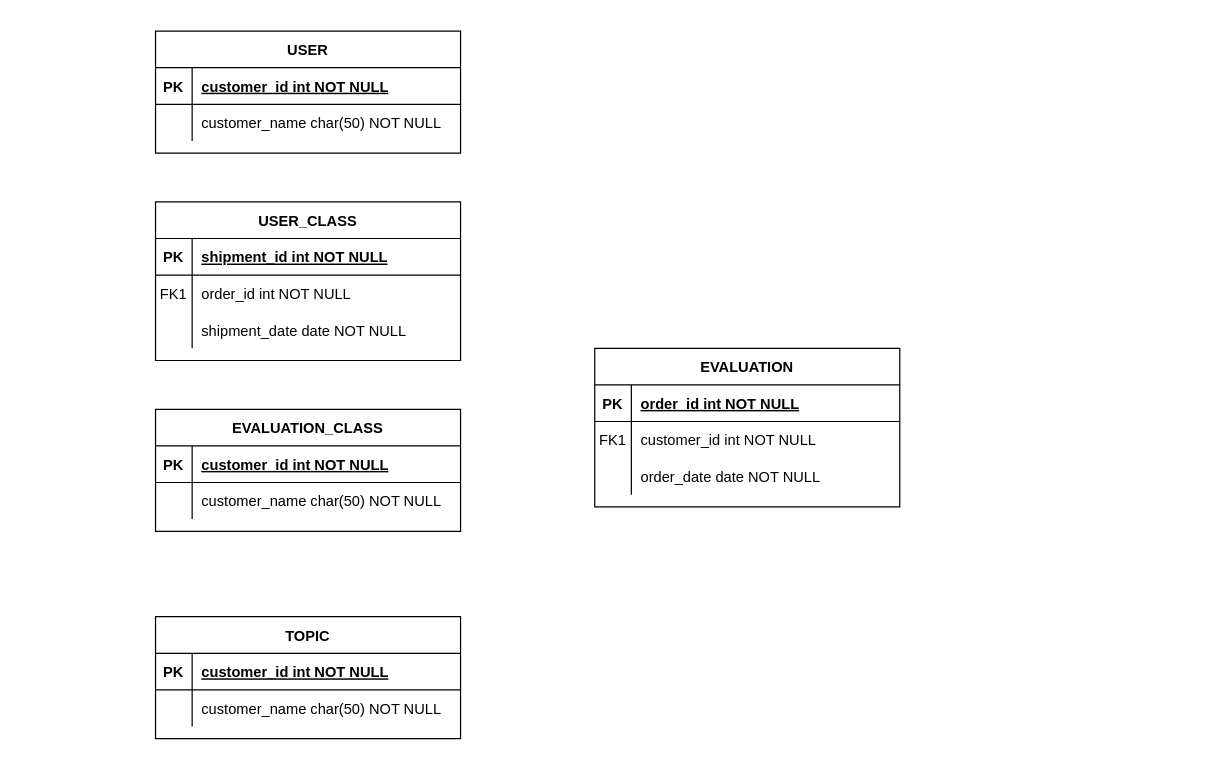
The draw.io diagram Documentation/Diagrams/evaluationAppDBERD.drawio in Harlento/quizApp, before the edit. Source tidied: cells renumbered, new cells numbered last; positions are measured from the earlier drawing's top-left corner, leaving out a move shared by most shapes. Both pictures are drawn from the tidied source at 122%, with x=0, y=0 at pixel (155, 30).
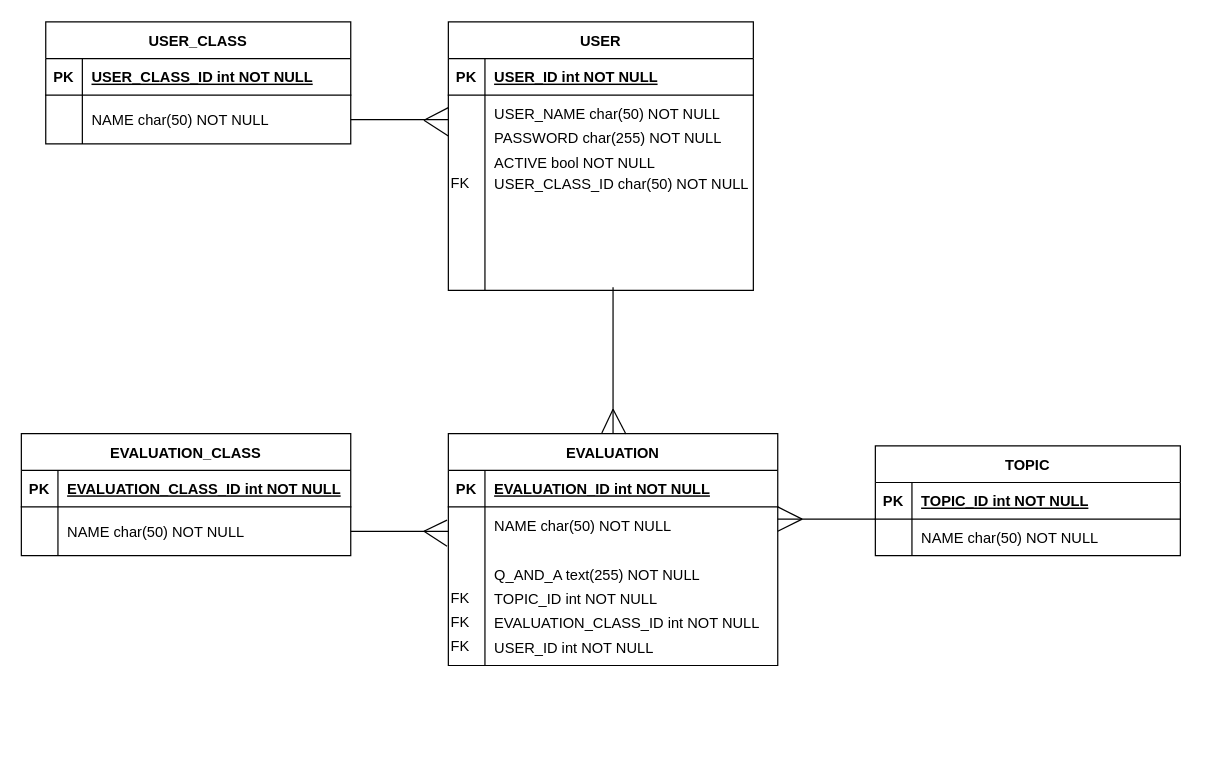
After the change.

Unchanged cells that the change refers to:
```xml
<mxCell id="23" style="shape=partialRectangle;fillColor=none;top=0;left=0;right=0;bottom=1;" parent="22" vertex="1">
  <mxGeometry y="30" width="250" height="30" as="geometry" />
</mxCell>
<mxCell id="37" style="shape=partialRectangle;fillColor=none;top=0;left=0;right=0;bottom=1;" parent="36" vertex="1">
  <mxGeometry y="30" width="250" height="30" as="geometry" />
</mxCell>
<mxCell id="40" style="shape=partialRectangle;fillColor=none;top=0;left=0;right=0;bottom=0;" parent="36" vertex="1">
  <mxGeometry y="60" width="250" height="30" as="geometry" />
</mxCell>
```

The edit, as a diff of the source:
```diff
@@
     <mxCell id="2" value="EVALUATION" style="shape=table;startSize=30;childLayout=tableLayout;rowLines=0;fontStyle=1;align=center;" parent="1" vertex="1">
-      <mxGeometry x="360" y="260" width="250" height="130" as="geometry" />
+      <mxGeometry x="240" y="330" width="270" height="190" as="geometry" />
     </mxCell>
     <mxCell id="3" style="shape=partialRectangle;fillColor=none;top=0;left=0;right=0;bottom=1;" parent="2" vertex="1">
-      <mxGeometry y="30" width="250" height="30" as="geometry" />
+      <mxGeometry y="30" width="270" height="30" as="geometry" />
     </mxCell>
@@
-    <mxCell id="5" value="order_id int NOT NULL " style="shape=partialRectangle;overflow=hidden;fillColor=none;top=0;left=0;bottom=0;right=0;align=left;spacingLeft=6;fontStyle=5;" parent="3" vertex="1">
-      <mxGeometry x="30" width="220" height="30" as="geometry" />
+    <mxCell id="5" value="EVALUATION_ID int NOT NULL " style="shape=partialRectangle;overflow=hidden;fillColor=none;top=0;left=0;bottom=0;right=0;align=left;spacingLeft=6;fontStyle=5;" parent="3" vertex="1">
+      <mxGeometry x="30" width="240" height="30" as="geometry" />
     </mxCell>
     <mxCell id="6" style="shape=partialRectangle;fillColor=none;points=[[0,0.5],[1,0.5]];portConstraint=eastwest;top=0;left=0;right=0;bottom=0;" parent="2" vertex="1">
-      <mxGeometry y="60" width="250" height="30" as="geometry" />
+      <mxGeometry y="60" width="270" height="30" as="geometry" />
     </mxCell>
-    <mxCell id="7" value="FK1" style="shape=partialRectangle;overflow=hidden;fillColor=none;top=0;left=0;bottom=0;right=0;" parent="6" vertex="1">
+    <mxCell id="7" style="shape=partialRectangle;overflow=hidden;fillColor=none;top=0;left=0;bottom=0;right=0;" parent="6" vertex="1">
       <mxGeometry width="30" height="30" as="geometry" />
     </mxCell>
-    <mxCell id="8" value="customer_id int NOT NULL" style="shape=partialRectangle;overflow=hidden;fillColor=none;top=0;left=0;bottom=0;right=0;align=left;spacingLeft=6;" parent="6" vertex="1">
-      <mxGeometry x="30" width="220" height="30" as="geometry" />
+    <mxCell id="8" style="shape=partialRectangle;overflow=hidden;fillColor=none;top=0;left=0;bottom=0;right=0;align=left;spacingLeft=6;" parent="6" vertex="1">
+      <mxGeometry x="30" width="240" height="30" as="geometry" />
     </mxCell>
     <mxCell id="9" style="shape=partialRectangle;fillColor=none;points=[[0,0.5],[1,0.5]];portConstraint=eastwest;top=0;left=0;right=0;bottom=0;" parent="2" vertex="1">
-      <mxGeometry y="90" width="250" height="30" as="geometry" />
+      <mxGeometry y="90" width="270" height="100" as="geometry" />
     </mxCell>
     <mxCell id="10" style="shape=partialRectangle;overflow=hidden;fillColor=none;top=0;left=0;bottom=0;right=0;" parent="9" vertex="1">
-      <mxGeometry width="30" height="30" as="geometry" />
+      <mxGeometry width="30" height="100" as="geometry" />
     </mxCell>
-    <mxCell id="11" value="order_date date NOT NULL" style="shape=partialRectangle;overflow=hidden;fillColor=none;top=0;left=0;bottom=0;right=0;align=left;spacingLeft=6;" parent="9" vertex="1">
-      <mxGeometry x="30" width="220" height="30" as="geometry" />
+    <mxCell id="11" style="shape=partialRectangle;overflow=hidden;fillColor=none;top=0;left=0;bottom=0;right=0;align=left;spacingLeft=6;" parent="9" vertex="1">
+      <mxGeometry x="30" width="240" height="100" as="geometry" />
     </mxCell>
-    <mxCell id="12" value="USER_CLASS" style="shape=table;startSize=30;childLayout=tableLayout;rowLines=0;fontStyle=1;align=center;" parent="1" vertex="1">
-      <mxGeometry y="140" width="250" height="130" as="geometry" />
-    </mxCell>
-    <mxCell id="13" style="shape=partialRectangle;fillColor=none;top=0;left=0;right=0;bottom=1;" parent="12" vertex="1">
-      <mxGeometry y="30" width="250" height="30" as="geometry" />
-    </mxCell>
-    <mxCell id="14" value="PK" style="shape=partialRectangle;overflow=hidden;fillColor=none;top=0;left=0;bottom=0;right=0;fontStyle=1;" parent="13" vertex="1">
-      <mxGeometry width="30" height="30" as="geometry" />
-    </mxCell>
-    <mxCell id="15" value="shipment_id int NOT NULL " style="shape=partialRectangle;overflow=hidden;fillColor=none;top=0;left=0;bottom=0;right=0;align=left;spacingLeft=6;fontStyle=5;" parent="13" vertex="1">
-      <mxGeometry x="30" width="220" height="30" as="geometry" />
-    </mxCell>
-    <mxCell id="16" style="shape=partialRectangle;fillColor=none;top=0;left=0;right=0;bottom=0;" parent="12" vertex="1">
-      <mxGeometry y="60" width="250" height="30" as="geometry" />
-    </mxCell>
-    <mxCell id="17" value="FK1" style="shape=partialRectangle;overflow=hidden;fillColor=none;top=0;left=0;bottom=0;right=0;" parent="16" vertex="1">
-      <mxGeometry width="30" height="30" as="geometry" />
-    </mxCell>
-    <mxCell id="18" value="order_id int NOT NULL" style="shape=partialRectangle;overflow=hidden;fillColor=none;top=0;left=0;bottom=0;right=0;align=left;spacingLeft=6;" parent="16" vertex="1">
-      <mxGeometry x="30" width="220" height="30" as="geometry" />
-    </mxCell>
-    <mxCell id="19" style="shape=partialRectangle;fillColor=none;top=0;left=0;right=0;bottom=0;" parent="12" vertex="1">
-      <mxGeometry y="90" width="250" height="30" as="geometry" />
-    </mxCell>
-    <mxCell id="20" style="shape=partialRectangle;overflow=hidden;fillColor=none;top=0;left=0;bottom=0;right=0;" parent="19" vertex="1">
-      <mxGeometry width="30" height="30" as="geometry" />
-    </mxCell>
-    <mxCell id="21" value="shipment_date date NOT NULL" style="shape=partialRectangle;overflow=hidden;fillColor=none;top=0;left=0;bottom=0;right=0;align=left;spacingLeft=6;" parent="19" vertex="1">
-      <mxGeometry x="30" width="220" height="30" as="geometry" />
-    </mxCell>
     <mxCell id="22" value="USER" style="shape=table;startSize=30;childLayout=tableLayout;rowLines=0;fontStyle=1;align=center;" parent="1" vertex="1">
-      <mxGeometry width="250" height="100" as="geometry" />
+      <mxGeometry x="240" y="-7.5" width="250" height="220" as="geometry" />
     </mxCell>
@@
-    <mxCell id="25" value="customer_id int NOT NULL " style="shape=partialRectangle;overflow=hidden;fillColor=none;top=0;left=0;bottom=0;right=0;align=left;spacingLeft=6;fontStyle=5;" parent="23" vertex="1">
+    <mxCell id="25" value="USER_ID int NOT NULL " style="shape=partialRectangle;overflow=hidden;fillColor=none;top=0;left=0;bottom=0;right=0;align=left;spacingLeft=6;fontStyle=5;" parent="23" vertex="1">
       <mxGeometry x="30" width="220" height="30" as="geometry" />
     </mxCell>
     <mxCell id="26" style="shape=partialRectangle;fillColor=none;points=[[0,0.5],[1,0.5]];portConstraint=eastwest;top=0;left=0;right=0;bottom=0;" parent="22" vertex="1">
-      <mxGeometry y="60" width="250" height="30" as="geometry" />
+      <mxGeometry y="60" width="250" height="160" as="geometry" />
     </mxCell>
     <mxCell id="27" style="shape=partialRectangle;overflow=hidden;fillColor=none;top=0;left=0;bottom=0;right=0;" parent="26" vertex="1">
-      <mxGeometry width="30" height="30" as="geometry" />
+      <mxGeometry width="30" height="160" as="geometry" />
     </mxCell>
-    <mxCell id="28" value="customer_name char(50) NOT NULL" style="shape=partialRectangle;overflow=hidden;fillColor=none;top=0;left=0;bottom=0;right=0;align=left;spacingLeft=6;" parent="26" vertex="1">
-      <mxGeometry x="30" width="220" height="30" as="geometry" />
+    <mxCell id="28" style="shape=partialRectangle;overflow=hidden;fillColor=none;top=0;left=0;bottom=0;right=0;align=left;spacingLeft=6;" parent="26" vertex="1">
+      <mxGeometry x="30" width="220" height="160" as="geometry" />
     </mxCell>
-    <mxCell id="29" value="EVALUATION_CLASS" style="shape=table;startSize=30;childLayout=tableLayout;rowLines=0;fontStyle=1;align=center;" parent="1" vertex="1">
-      <mxGeometry y="310" width="250" height="100" as="geometry" />
-    </mxCell>
-    <mxCell id="30" style="shape=partialRectangle;fillColor=none;top=0;left=0;right=0;bottom=1;" parent="29" vertex="1">
-      <mxGeometry y="30" width="250" height="30" as="geometry" />
-    </mxCell>
-    <mxCell id="31" value="PK" style="shape=partialRectangle;overflow=hidden;fillColor=none;top=0;left=0;bottom=0;right=0;fontStyle=1;" parent="30" vertex="1">
-      <mxGeometry width="30" height="30" as="geometry" />
-    </mxCell>
-    <mxCell id="32" value="customer_id int NOT NULL " style="shape=partialRectangle;overflow=hidden;fillColor=none;top=0;left=0;bottom=0;right=0;align=left;spacingLeft=6;fontStyle=5;" parent="30" vertex="1">
-      <mxGeometry x="30" width="220" height="30" as="geometry" />
-    </mxCell>
-    <mxCell id="33" style="shape=partialRectangle;fillColor=none;top=0;left=0;right=0;bottom=0;" parent="29" vertex="1">
-      <mxGeometry y="60" width="250" height="30" as="geometry" />
-    </mxCell>
-    <mxCell id="34" style="shape=partialRectangle;overflow=hidden;fillColor=none;top=0;left=0;bottom=0;right=0;" parent="33" vertex="1">
-      <mxGeometry width="30" height="30" as="geometry" />
-    </mxCell>
-    <mxCell id="35" value="customer_name char(50) NOT NULL" style="shape=partialRectangle;overflow=hidden;fillColor=none;top=0;left=0;bottom=0;right=0;align=left;spacingLeft=6;" parent="33" vertex="1">
-      <mxGeometry x="30" width="220" height="30" as="geometry" />
-    </mxCell>
     <mxCell id="36" value="TOPIC" style="shape=table;startSize=30;childLayout=tableLayout;rowLines=0;fontStyle=1;align=center;" parent="1" vertex="1">
-      <mxGeometry y="480" width="250" height="100" as="geometry" />
+      <mxGeometry x="590" y="340" width="250" height="90" as="geometry" />
     </mxCell>
@@
-    <mxCell id="39" value="customer_id int NOT NULL " style="shape=partialRectangle;overflow=hidden;fillColor=none;top=0;left=0;bottom=0;right=0;align=left;spacingLeft=6;fontStyle=5;" parent="37" vertex="1">
+    <mxCell id="39" value="TOPIC_ID int NOT NULL " style="shape=partialRectangle;overflow=hidden;fillColor=none;top=0;left=0;bottom=0;right=0;align=left;spacingLeft=6;fontStyle=5;" parent="37" vertex="1">
       <mxGeometry x="30" width="220" height="30" as="geometry" />
     </mxCell>
@@
-    <mxCell id="42" value="customer_name char(50) NOT NULL" style="shape=partialRectangle;overflow=hidden;fillColor=none;top=0;left=0;bottom=0;right=0;align=left;spacingLeft=6;" parent="40" vertex="1">
+    <mxCell id="42" style="shape=partialRectangle;overflow=hidden;fillColor=none;top=0;left=0;bottom=0;right=0;align=left;spacingLeft=6;" parent="40" vertex="1">
       <mxGeometry x="30" width="220" height="30" as="geometry" />
     </mxCell>
+    <mxCell id="29" value="EVALUATION_CLASS" style="shape=table;startSize=30;childLayout=tableLayout;rowLines=0;fontStyle=1;align=center;" parent="1" vertex="1">
+      <mxGeometry x="-110" y="330" width="270" height="100" as="geometry" />
+    </mxCell>
+    <mxCell id="43" style="shape=partialRectangle;fillColor=none;top=0;left=0;right=0;bottom=1;" parent="29" vertex="1">
+      <mxGeometry y="30" width="270" height="30" as="geometry" />
+    </mxCell>
+    <mxCell id="44" value="PK" style="shape=partialRectangle;overflow=hidden;fillColor=none;top=0;left=0;bottom=0;right=0;fontStyle=1;" parent="43" vertex="1">
+      <mxGeometry width="30" height="30" as="geometry" />
+    </mxCell>
+    <mxCell id="45" value="EVALUATION_CLASS_ID int NOT NULL " style="shape=partialRectangle;overflow=hidden;fillColor=none;top=0;left=0;bottom=0;right=0;align=left;spacingLeft=6;fontStyle=5;" parent="43" vertex="1">
+      <mxGeometry x="30" width="240" height="30" as="geometry" />
+    </mxCell>
+    <mxCell id="46" style="shape=partialRectangle;fillColor=none;points=[[0,0.5],[1,0.5]];portConstraint=eastwest;top=0;left=0;right=0;bottom=0;" parent="29" vertex="1">
+      <mxGeometry y="60" width="270" height="40" as="geometry" />
+    </mxCell>
+    <mxCell id="47" style="shape=partialRectangle;overflow=hidden;fillColor=none;top=0;left=0;bottom=0;right=0;" parent="46" vertex="1">
+      <mxGeometry width="30" height="40" as="geometry" />
+    </mxCell>
+    <mxCell id="48" value="NAME char(50) NOT NULL" style="shape=partialRectangle;overflow=hidden;fillColor=none;top=0;left=0;bottom=0;right=0;align=left;spacingLeft=6;" parent="46" vertex="1">
+      <mxGeometry x="30" width="240" height="40" as="geometry" />
+    </mxCell>
+    <mxCell id="49" value="USER_NAME char(50) NOT NULL" style="shape=partialRectangle;overflow=hidden;fillColor=none;top=0;left=0;bottom=0;right=0;align=left;spacingLeft=6;" parent="1" vertex="1">
+      <mxGeometry x="270" y="52.5" width="220" height="30" as="geometry" />
+    </mxCell>
+    <mxCell id="50" value="PASSWORD char(255) NOT NULL" style="shape=partialRectangle;overflow=hidden;fillColor=none;top=0;left=0;bottom=0;right=0;align=left;spacingLeft=6;" parent="1" vertex="1">
+      <mxGeometry x="270" y="72.5" width="220" height="30" as="geometry" />
+    </mxCell>
+    <mxCell id="51" value="USER_CLASS_ID char(50) NOT NULL" style="shape=partialRectangle;overflow=hidden;fillColor=none;top=0;left=0;bottom=0;right=0;align=left;spacingLeft=6;" parent="1" vertex="1">
+      <mxGeometry x="270" y="110" width="220" height="30" as="geometry" />
+    </mxCell>
+    <mxCell id="52" value="ACTIVE bool NOT NULL" style="shape=partialRectangle;overflow=hidden;fillColor=none;top=0;left=0;bottom=0;right=0;align=left;spacingLeft=6;" parent="1" vertex="1">
+      <mxGeometry x="270" y="92.5" width="220" height="30" as="geometry" />
+    </mxCell>
+    <mxCell id="12" value="USER_CLASS" style="shape=table;startSize=30;childLayout=tableLayout;rowLines=0;fontStyle=1;align=center;" parent="1" vertex="1">
+      <mxGeometry x="-90" y="-7.5" width="250" height="100" as="geometry" />
+    </mxCell>
+    <mxCell id="53" style="shape=partialRectangle;fillColor=none;top=0;left=0;right=0;bottom=1;" parent="12" vertex="1">
+      <mxGeometry y="30" width="250" height="30" as="geometry" />
+    </mxCell>
+    <mxCell id="54" value="PK" style="shape=partialRectangle;overflow=hidden;fillColor=none;top=0;left=0;bottom=0;right=0;fontStyle=1;" parent="53" vertex="1">
+      <mxGeometry width="30" height="30" as="geometry" />
+    </mxCell>
+    <mxCell id="55" value="USER_CLASS_ID int NOT NULL " style="shape=partialRectangle;overflow=hidden;fillColor=none;top=0;left=0;bottom=0;right=0;align=left;spacingLeft=6;fontStyle=5;" parent="53" vertex="1">
+      <mxGeometry x="30" width="220" height="30" as="geometry" />
+    </mxCell>
+    <mxCell id="56" style="shape=partialRectangle;fillColor=none;top=0;left=0;right=0;bottom=0;" parent="12" vertex="1">
+      <mxGeometry y="60" width="250" height="40" as="geometry" />
+    </mxCell>
+    <mxCell id="57" style="shape=partialRectangle;overflow=hidden;fillColor=none;top=0;left=0;bottom=0;right=0;" parent="56" vertex="1">
+      <mxGeometry width="30" height="40" as="geometry" />
+    </mxCell>
+    <mxCell id="58" value="NAME char(50) NOT NULL" style="shape=partialRectangle;overflow=hidden;fillColor=none;top=0;left=0;bottom=0;right=0;align=left;spacingLeft=6;" parent="56" vertex="1">
+      <mxGeometry x="30" width="220" height="40" as="geometry" />
+    </mxCell>
+    <mxCell id="59" value="NAME char(50) NOT NULL" style="shape=partialRectangle;overflow=hidden;fillColor=none;top=0;left=0;bottom=0;right=0;align=left;spacingLeft=6;" parent="1" vertex="1">
+      <mxGeometry x="270" y="390" width="220" height="30" as="geometry" />
+    </mxCell>
+    <mxCell id="60" style="endArrow=none;html=1;rounded=0;" parent="1" edge="1">
+      <mxGeometry relative="1" as="geometry">
+        <mxPoint x="160" y="72.5" as="sourcePoint" />
+        <mxPoint x="240" y="72.5" as="targetPoint" />
+      </mxGeometry>
+    </mxCell>
+    <mxCell id="61" style="endArrow=none;html=1;rounded=0;entryX=0;entryY=0.064;entryDx=0;entryDy=0;entryPerimeter=0;" parent="1" edge="1" target="26">
+      <mxGeometry relative="1" as="geometry">
+        <mxPoint x="220" y="73" as="sourcePoint" />
+      </mxGeometry>
+    </mxCell>
+    <mxCell id="62" style="endArrow=none;html=1;rounded=0;entryX=0;entryY=0.209;entryDx=0;entryDy=0;entryPerimeter=0;" parent="1" edge="1" target="26">
+      <mxGeometry relative="1" as="geometry">
+        <mxPoint x="220" y="73" as="sourcePoint" />
+      </mxGeometry>
+    </mxCell>
+    <mxCell id="63" style="endArrow=none;html=1;rounded=0;entryX=0.5;entryY=0;entryDx=0;entryDy=0;" parent="1" edge="1" target="2">
+      <mxGeometry relative="1" as="geometry">
+        <mxPoint x="375" y="210" as="sourcePoint" />
+      </mxGeometry>
+    </mxCell>
+    <mxCell id="64" style="endArrow=none;html=1;rounded=0;entryX=0.539;entryY=0.001;entryDx=0;entryDy=0;entryPerimeter=0;" parent="1" edge="1" target="2">
+      <mxGeometry relative="1" as="geometry">
+        <mxPoint x="375" y="310" as="sourcePoint" />
+      </mxGeometry>
+    </mxCell>
+    <mxCell id="65" style="endArrow=none;html=1;rounded=0;entryX=0.466;entryY=-0.003;entryDx=0;entryDy=0;entryPerimeter=0;" parent="1" edge="1" target="2">
+      <mxGeometry relative="1" as="geometry">
+        <mxPoint x="375" y="310" as="sourcePoint" />
+      </mxGeometry>
+    </mxCell>
+    <mxCell id="66" style="endArrow=none;html=1;rounded=0;exitX=1;exitY=0.5;exitDx=0;exitDy=0;entryX=0;entryY=0;entryDx=0;entryDy=0;" parent="1" edge="1" source="46">
+      <mxGeometry relative="1" as="geometry">
+        <mxPoint x="240" y="410" as="targetPoint" />
+      </mxGeometry>
+    </mxCell>
+    <mxCell id="67" value="Q_AND_A text(255) NOT NULL" style="shape=partialRectangle;overflow=hidden;fillColor=none;top=0;left=0;bottom=0;right=0;align=left;spacingLeft=6;" parent="1" vertex="1">
+      <mxGeometry x="270" y="430" width="240" height="30" as="geometry" />
+    </mxCell>
+    <mxCell id="68" value="NAME char(50) NOT NULL" style="shape=partialRectangle;overflow=hidden;fillColor=none;top=0;left=0;bottom=0;right=0;align=left;spacingLeft=6;" parent="1" vertex="1">
+      <mxGeometry x="620" y="400" width="240" height="30" as="geometry" />
+    </mxCell>
+    <mxCell id="69" style="endArrow=none;html=1;rounded=0;exitX=1;exitY=0.5;exitDx=0;exitDy=0;entryX=0;entryY=0;entryDx=0;entryDy=0;" parent="1" edge="1">
+      <mxGeometry relative="1" as="geometry">
+        <mxPoint x="510" y="400" as="sourcePoint" />
+        <mxPoint x="590" y="400" as="targetPoint" />
+      </mxGeometry>
+    </mxCell>
+    <mxCell id="70" value="FK" style="text;html=1;align=center;verticalAlign=middle;whiteSpace=wrap;rounded=0;" parent="1" vertex="1">
+      <mxGeometry x="240" y="450" width="20" height="30" as="geometry" />
+    </mxCell>
+    <mxCell id="71" style="endArrow=none;html=1;rounded=0;exitX=1.001;exitY=0.796;exitDx=0;exitDy=0;exitPerimeter=0;" parent="1" edge="1">
+      <mxGeometry relative="1" as="geometry">
+        <mxPoint x="510" y="390" as="sourcePoint" />
+        <mxPoint x="530" y="400" as="targetPoint" />
+      </mxGeometry>
+    </mxCell>
+    <mxCell id="72" style="endArrow=none;html=1;rounded=0;" parent="1" edge="1">
+      <mxGeometry relative="1" as="geometry">
+        <mxPoint x="510" y="410" as="sourcePoint" />
+        <mxPoint x="530" y="400" as="targetPoint" />
+      </mxGeometry>
+    </mxCell>
+    <mxCell id="73" style="endArrow=none;html=1;rounded=0;entryX=-0.004;entryY=0.023;entryDx=0;entryDy=0;entryPerimeter=0;" parent="1" edge="1" target="9">
+      <mxGeometry relative="1" as="geometry">
+        <mxPoint x="220" y="410" as="sourcePoint" />
+      </mxGeometry>
+    </mxCell>
+    <mxCell id="74" style="endArrow=none;html=1;rounded=0;exitX=-0.004;exitY=0.362;exitDx=0;exitDy=0;exitPerimeter=0;" parent="1" edge="1" source="6">
+      <mxGeometry relative="1" as="geometry">
+        <mxPoint x="220" y="410" as="targetPoint" />
+      </mxGeometry>
+    </mxCell>
+    <mxCell id="75" value="TOPIC_ID int NOT NULL" style="shape=partialRectangle;overflow=hidden;fillColor=none;top=0;left=0;bottom=0;right=0;align=left;spacingLeft=6;" parent="1" vertex="1">
+      <mxGeometry x="270" y="450" width="240" height="30" as="geometry" />
+    </mxCell>
+    <mxCell id="76" value="EVALUATION_CLASS_ID int NOT NULL" style="shape=partialRectangle;overflow=hidden;fillColor=none;top=0;left=0;bottom=0;right=0;align=left;spacingLeft=6;" parent="1" vertex="1">
+      <mxGeometry x="270" y="470" width="240" height="30" as="geometry" />
+    </mxCell>
+    <mxCell id="77" value="FK" style="text;html=1;align=center;verticalAlign=middle;whiteSpace=wrap;rounded=0;" parent="1" vertex="1">
+      <mxGeometry x="240" y="470" width="20" height="30" as="geometry" />
+    </mxCell>
+    <mxCell id="78" value="USER_ID int NOT NULL" style="shape=partialRectangle;overflow=hidden;fillColor=none;top=0;left=0;bottom=0;right=0;align=left;spacingLeft=6;" parent="1" vertex="1">
+      <mxGeometry x="270" y="490" width="240" height="30" as="geometry" />
+    </mxCell>
+    <mxCell id="79" value="FK" style="text;html=1;align=center;verticalAlign=middle;whiteSpace=wrap;rounded=0;" parent="1" vertex="1">
+      <mxGeometry x="240" y="490" width="20" height="30" as="geometry" />
+    </mxCell>
+    <mxCell id="80" value="FK" style="text;html=1;align=center;verticalAlign=middle;whiteSpace=wrap;rounded=0;" parent="1" vertex="1">
+      <mxGeometry x="240" y="110" width="20" height="30" as="geometry" />
+    </mxCell>
```
